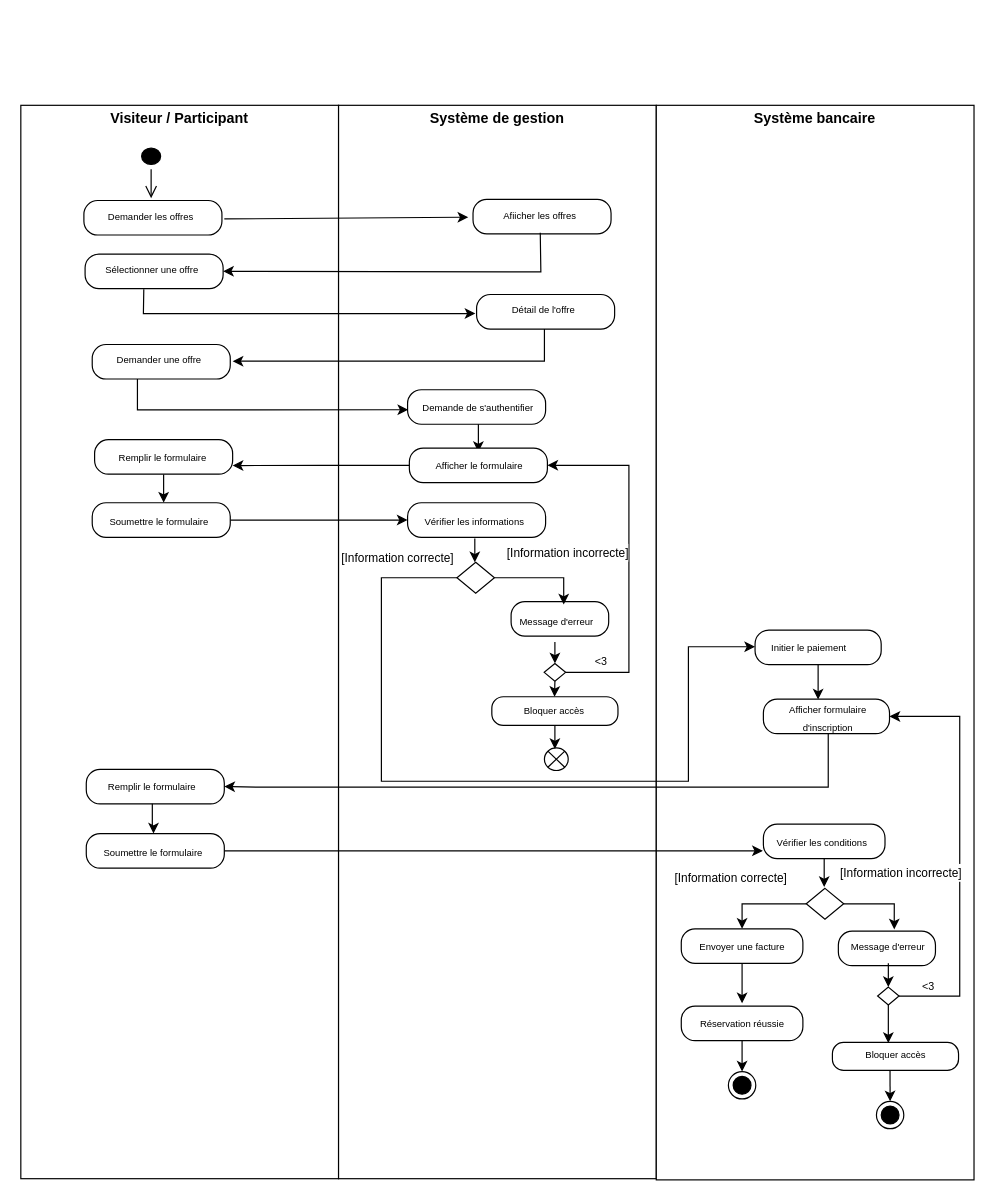
This is activity1.drawio from louis-fresnel99/TpGasaL1, a draw.io file, before an edit. Source tidied: cells renumbered, new cells numbered last; positions are measured from the earlier drawing's top-left corner, leaving out a move shared by most shapes. Both pictures are drawn from the tidied source at 119%, with x=0, y=0 at pixel (20, 105).
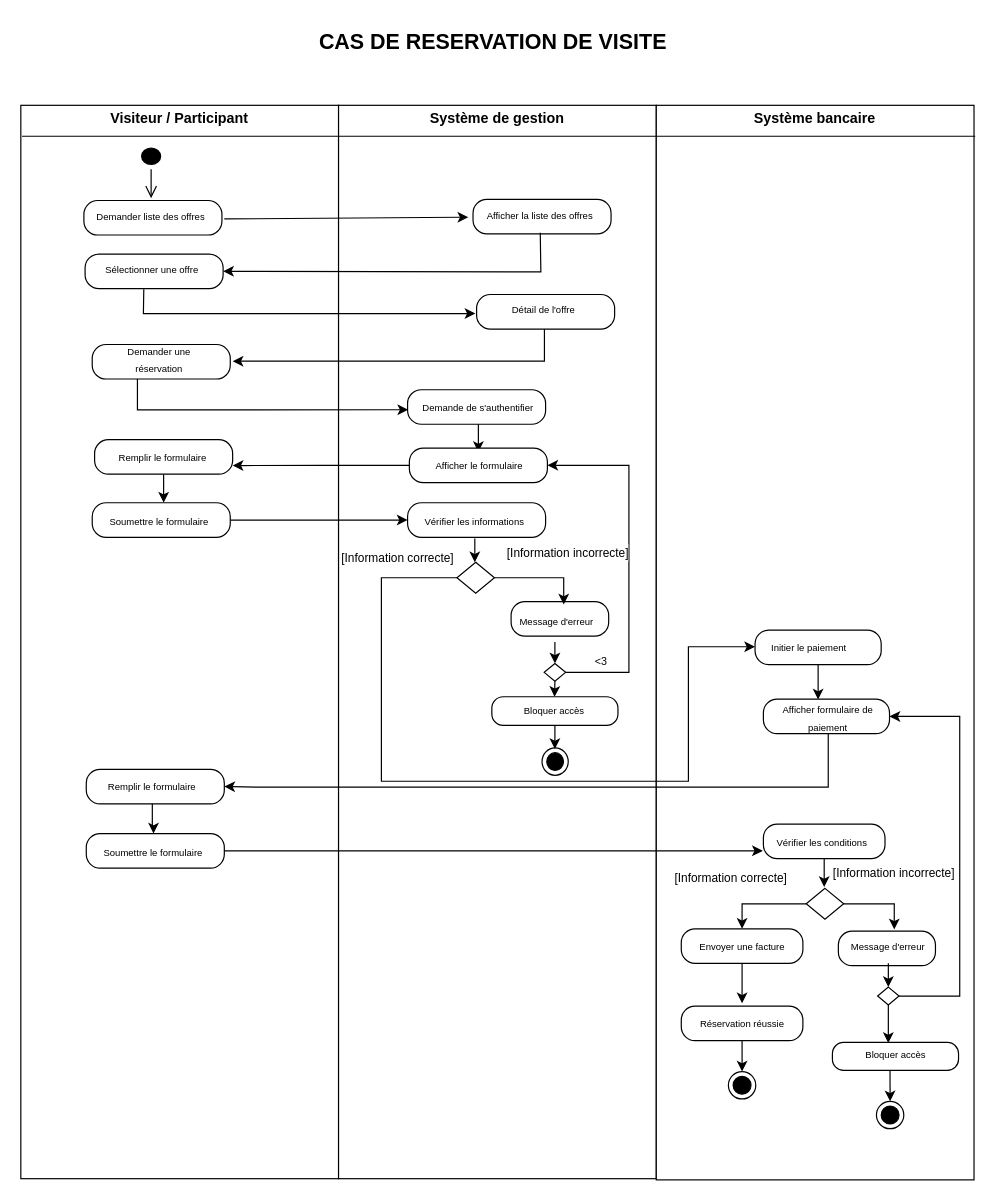
Above is the later version.

Commit message:
Mettre à jour activity1.drawio

What changed in the source:
```diff
@@
     <mxCell id="6" style="group;labelBackgroundColor=light-dark(#000000,#000000);fillColor=none;fillStyle=solid;imageAspect=1;" parent="1" vertex="1">
-      <mxGeometry x="102" y="32" width="40" height="76" as="geometry" />
+      <mxGeometry x="102" y="32" width="58" height="76" as="geometry" />
     </mxCell>
@@
-    <mxCell id="9" value="&lt;font style=&quot;font-size: 8px;&quot;&gt;Demander les offres&lt;/font&gt;" style="text;html=1;align=center;verticalAlign=middle;whiteSpace=wrap;rounded=0;fontFamily=Helvetica;fontSize=12;fontColor=default;labelBackgroundColor=none;" parent="6" vertex="1">
-      <mxGeometry x="-39" y="46" width="93" height="30" as="geometry" />
+    <mxCell id="9" value="&lt;font style=&quot;font-size: 8px;&quot;&gt;Demander liste des offres&lt;/font&gt;" style="text;html=1;align=center;verticalAlign=middle;whiteSpace=wrap;rounded=0;fontFamily=Helvetica;fontSize=12;fontColor=default;labelBackgroundColor=none;" parent="6" vertex="1">
+      <mxGeometry x="-41" y="46" width="97" height="30" as="geometry" />
     </mxCell>
@@
-    <mxCell id="12" value="&lt;font style=&quot;font-size: 8px;&quot;&gt;Afiicher les offres&lt;/font&gt;" style="text;html=1;align=center;verticalAlign=middle;whiteSpace=wrap;rounded=0;fontFamily=Helvetica;fontSize=12;fontColor=default;labelBackgroundColor=none;" parent="1" vertex="1">
+    <mxCell id="12" value="&lt;font style=&quot;font-size: 8px;&quot;&gt;Afficher la liste des offres&lt;/font&gt;" style="text;html=1;align=center;verticalAlign=middle;whiteSpace=wrap;rounded=0;fontFamily=Helvetica;fontSize=12;fontColor=default;labelBackgroundColor=none;" parent="1" vertex="1">
       <mxGeometry x="390" y="77" width="93" height="30" as="geometry" />
     </mxCell>
@@
-    <mxCell id="21" value="&lt;font style=&quot;font-size: 8px;&quot;&gt;Demander une offre&lt;/font&gt;" style="text;html=1;align=center;verticalAlign=middle;whiteSpace=wrap;rounded=0;fontFamily=Helvetica;fontSize=12;fontColor=default;labelBackgroundColor=none;" parent="1" vertex="1">
+    <mxCell id="21" value="&lt;font style=&quot;font-size: 8px;&quot;&gt;Demander une réservation&lt;/font&gt;" style="text;html=1;align=center;verticalAlign=middle;whiteSpace=wrap;rounded=0;fontFamily=Helvetica;fontSize=12;fontColor=default;labelBackgroundColor=none;" parent="1" vertex="1">
       <mxGeometry x="70" y="198" width="93" height="30" as="geometry" />
     </mxCell>
@@
-    <mxCell id="40" value="&lt;font style=&quot;font-size: 8px;&quot;&gt;Afficher formulaire d'inscription&lt;/font&gt;" style="text;html=1;align=center;verticalAlign=middle;whiteSpace=wrap;rounded=0;fontFamily=Helvetica;fontSize=12;fontColor=default;labelBackgroundColor=none;" parent="1" vertex="1">
+    <mxCell id="40" value="&lt;font style=&quot;font-size: 8px;&quot;&gt;Afficher formulaire de paiement&lt;/font&gt;" style="text;html=1;align=center;verticalAlign=middle;whiteSpace=wrap;rounded=0;fontFamily=Helvetica;fontSize=12;fontColor=default;labelBackgroundColor=none;" parent="1" vertex="1">
       <mxGeometry x="627" y="501" width="103" height="25" as="geometry" />
     </mxCell>
@@
-    <mxCell id="82" value="&lt;font style=&quot;font-size: 9px;&quot;&gt;&amp;lt;3&lt;/font&gt;" style="text;html=1;align=center;verticalAlign=middle;whiteSpace=wrap;rounded=0;fontFamily=Helvetica;fontSize=12;labelBackgroundColor=light-dark(#ffffff, #000000);fillColor=light-dark(#ffffff, #ededed);" parent="1" vertex="1">
-      <mxGeometry x="742" y="733" width="41.5" height="13" as="geometry" />
-    </mxCell>
@@
     <mxCell id="89" value="&lt;span&gt;&lt;font style=&quot;color: rgb(0, 0, 0); font-size: 10px;&quot;&gt;[Information incorrecte]&lt;/font&gt;&lt;/span&gt;" style="text;html=1;align=center;verticalAlign=middle;whiteSpace=wrap;rounded=0;fontFamily=Helvetica;fontSize=12;fontColor=#FFFFFF;labelBackgroundColor=light-dark(#ffffff, #000000);" parent="1" vertex="1">
-      <mxGeometry x="687" y="633" width="106" height="23" as="geometry" />
+      <mxGeometry x="681" y="633" width="106" height="23" as="geometry" />
     </mxCell>
-    <mxCell id="90" style="shape=sumEllipse;perimeter=ellipsePerimeter;whiteSpace=wrap;html=1;backgroundOutline=1;fillStyle=solid;align=center;verticalAlign=top;fontFamily=Helvetica;fontSize=12;fontColor=default;labelBackgroundColor=light-dark(#000000,#000000);fillColor=none;gradientColor=none;" parent="1" vertex="1">
-      <mxGeometry x="440" y="540" width="20" height="19" as="geometry" />
-    </mxCell>
@@
+    <mxCell id="93" value="&lt;font style=&quot;font-size: 18px;&quot;&gt;&lt;b style=&quot;&quot;&gt;CAS DE RESERVATION DE VISITE&lt;/b&gt;&lt;/font&gt;" style="text;html=1;align=center;verticalAlign=middle;whiteSpace=wrap;rounded=0;" parent="1" vertex="1">
+      <mxGeometry x="186" y="-71" width="421.5" height="36" as="geometry" />
+    </mxCell>
+    <mxCell id="94" style="line;strokeWidth=1;fillColor=none;align=left;verticalAlign=middle;spacingTop=-1;spacingLeft=3;spacingRight=3;labelPosition=right;strokeColor=inherit;" parent="1" vertex="1">
+      <mxGeometry x="1" y="22" width="801" height="8" as="geometry" />
+    </mxCell>
+    <mxCell id="95" style="ellipse;html=1;shape=endState;fillColor=#000000;strokeColor=#000000;" parent="1" vertex="1">
+      <mxGeometry x="438" y="540" width="22" height="23" as="geometry" />
+    </mxCell>
```
